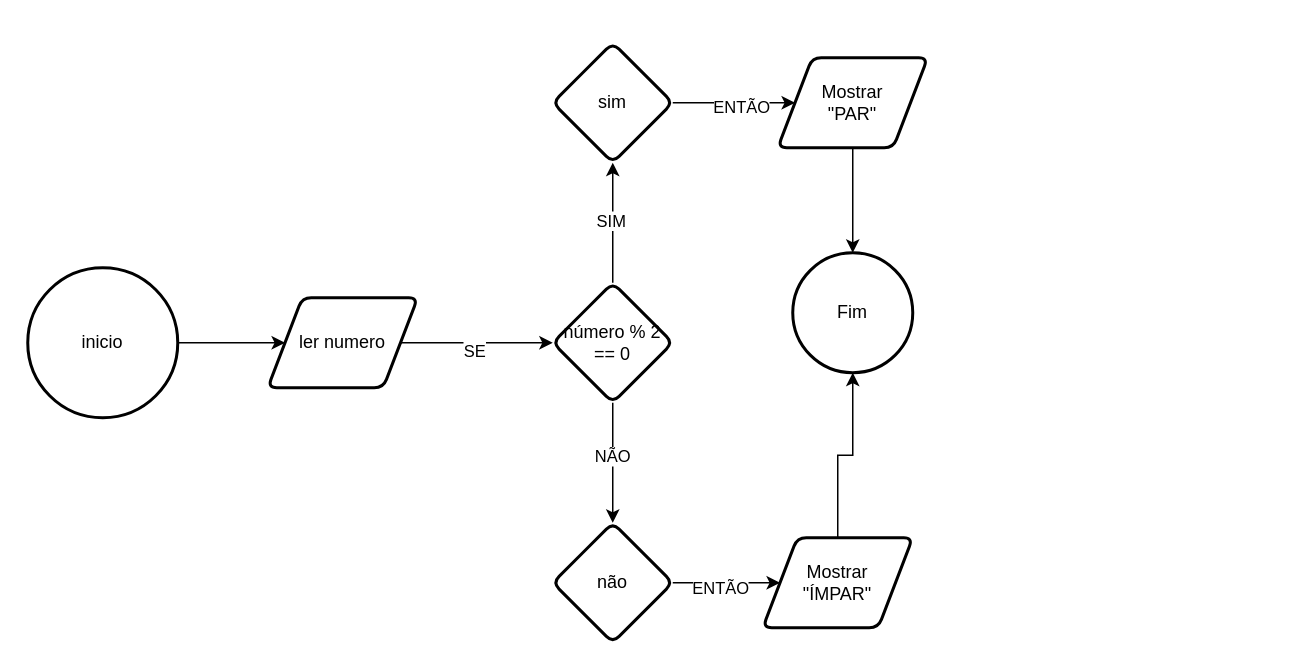
fernandobceo/esx_taxijob keeps this draw.io diagram as Inicio.drawio. Above is the earlier version. Source tidied: cells renumbered, new cells numbered last; positions are measured from the earlier drawing's top-left corner, leaving out a move shared by most shapes. Both pictures are drawn from the tidied source at 150%, with x=0, y=0 at pixel (27, 42).
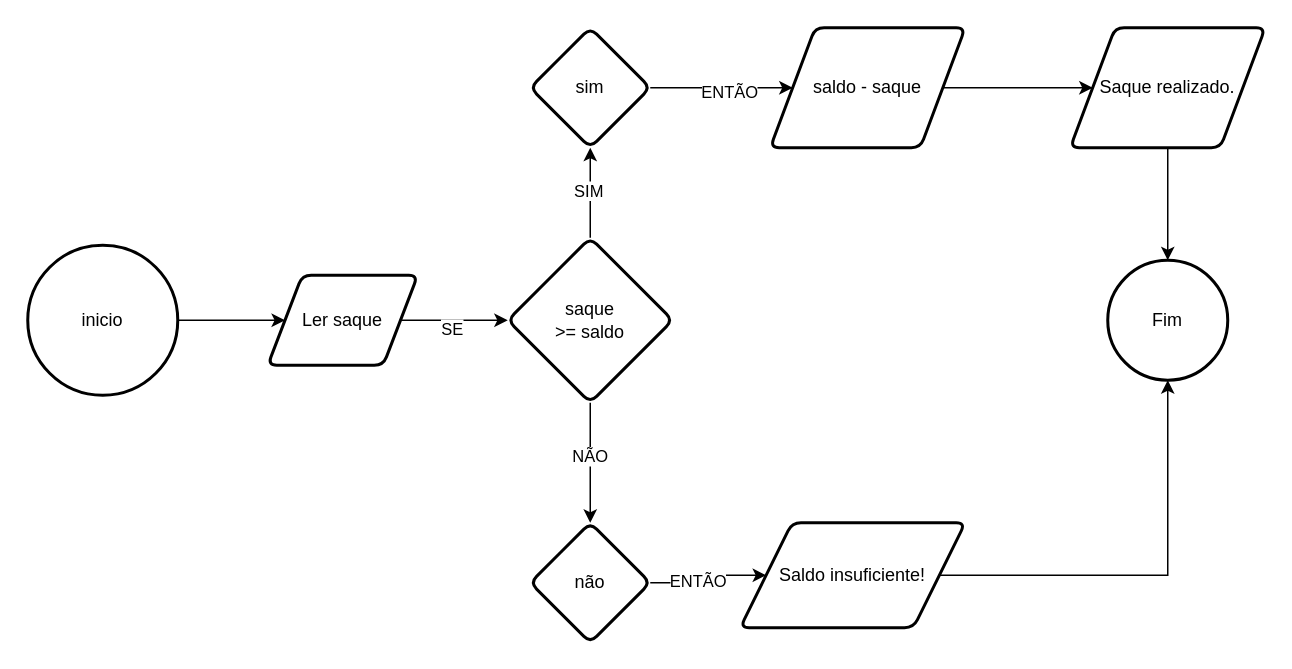
The same page after the edit.

The edit, as a diff of the source:
```diff
@@
     <mxCell id="3" value="inicio" style="strokeWidth=2;html=1;shape=mxgraph.flowchart.start_2;whiteSpace=wrap;" parent="1" vertex="1">
-      <mxGeometry y="150" width="100" height="100" as="geometry" />
+      <mxGeometry y="135" width="100" height="100" as="geometry" />
     </mxCell>
@@
-    <mxCell id="6" value="ler numero" style="shape=parallelogram;html=1;strokeWidth=2;perimeter=parallelogramPerimeter;whiteSpace=wrap;rounded=1;arcSize=12;size=0.23;" parent="1" vertex="1">
-      <mxGeometry x="160" y="170" width="100" height="60" as="geometry" />
+    <mxCell id="6" value="Ler saque" style="shape=parallelogram;html=1;strokeWidth=2;perimeter=parallelogramPerimeter;whiteSpace=wrap;rounded=1;arcSize=12;size=0.23;" parent="1" vertex="1">
+      <mxGeometry x="160" y="155" width="100" height="60" as="geometry" />
     </mxCell>
@@
-    <mxCell id="11" value="número % 2 == 0" style="rhombus;whiteSpace=wrap;html=1;strokeWidth=2;rounded=1;arcSize=12;" parent="1" vertex="1">
-      <mxGeometry x="350" y="160" width="80" height="80" as="geometry" />
+    <mxCell id="11" value="saque&lt;div&gt;&amp;gt;= saldo&lt;/div&gt;" style="rhombus;whiteSpace=wrap;html=1;strokeWidth=2;rounded=1;arcSize=12;" parent="1" vertex="1">
+      <mxGeometry x="320" y="130" width="110" height="110" as="geometry" />
     </mxCell>
@@
     <mxCell id="14" value="sim" style="rhombus;whiteSpace=wrap;html=1;strokeWidth=2;rounded=1;arcSize=12;" parent="1" vertex="1">
-      <mxGeometry x="350" width="80" height="80" as="geometry" />
+      <mxGeometry x="335" y="-10" width="80" height="80" as="geometry" />
     </mxCell>
-    <mxCell id="15" style="edgeStyle=orthogonalEdgeStyle;rounded=0;jettySize=auto;html=1;" parent="1" edge="1" source="16" target="22">
-      <mxGeometry relative="1" as="geometry" />
-    </mxCell>
+    <mxCell id="23" style="edgeStyle=orthogonalEdgeStyle;rounded=0;jettySize=auto;html=1;" parent="1" edge="1" source="16" target="25">
+      <mxGeometry relative="1" as="geometry" />
+    </mxCell>
-    <mxCell id="16" value="Mostrar&lt;div&gt;&quot;PAR&quot;&lt;/div&gt;" style="shape=parallelogram;html=1;strokeWidth=2;perimeter=parallelogramPerimeter;whiteSpace=wrap;rounded=1;arcSize=12;size=0.23;" parent="1" vertex="1">
-      <mxGeometry x="500" y="10" width="100" height="60" as="geometry" />
+    <mxCell id="16" value="saldo - saque" style="shape=parallelogram;html=1;strokeWidth=2;perimeter=parallelogramPerimeter;whiteSpace=wrap;rounded=1;arcSize=12;size=0.23;" parent="1" vertex="1">
+      <mxGeometry x="495" y="-10" width="130" height="80" as="geometry" />
     </mxCell>
@@
     <mxCell id="19" value="não" style="rhombus;whiteSpace=wrap;html=1;strokeWidth=2;rounded=1;arcSize=12;" parent="1" vertex="1">
-      <mxGeometry x="350" y="320" width="80" height="80" as="geometry" />
+      <mxGeometry x="335" y="320" width="80" height="80" as="geometry" />
     </mxCell>
@@
-    <mxCell id="21" value="Mostrar&lt;div&gt;&quot;ÍMPAR&quot;&lt;/div&gt;" style="shape=parallelogram;html=1;strokeWidth=2;perimeter=parallelogramPerimeter;whiteSpace=wrap;rounded=1;arcSize=12;size=0.23;" parent="1" vertex="1">
-      <mxGeometry x="490" y="330" width="100" height="60" as="geometry" />
+    <mxCell id="21" value="Saldo insuficiente!" style="shape=parallelogram;html=1;strokeWidth=2;perimeter=parallelogramPerimeter;whiteSpace=wrap;rounded=1;arcSize=12;size=0.23;" parent="1" vertex="1">
+      <mxGeometry x="475" y="320" width="150" height="70" as="geometry" />
     </mxCell>
     <mxCell id="22" value="Fim" style="ellipse;whiteSpace=wrap;html=1;strokeWidth=2;rounded=1;arcSize=12;" parent="1" vertex="1">
-      <mxGeometry x="510" y="140" width="80" height="80" as="geometry" />
+      <mxGeometry x="720" y="145" width="80" height="80" as="geometry" />
     </mxCell>
+    <mxCell id="24" style="edgeStyle=orthogonalEdgeStyle;rounded=0;jettySize=auto;html=1;" parent="1" edge="1" source="25" target="22">
+      <mxGeometry relative="1" as="geometry" />
+    </mxCell>
+    <mxCell id="25" value="Saque realizado." style="shape=parallelogram;html=1;strokeWidth=2;perimeter=parallelogramPerimeter;whiteSpace=wrap;rounded=1;arcSize=12;size=0.23;" parent="1" vertex="1">
+      <mxGeometry x="695" y="-10" width="130" height="80" as="geometry" />
+    </mxCell>
```
